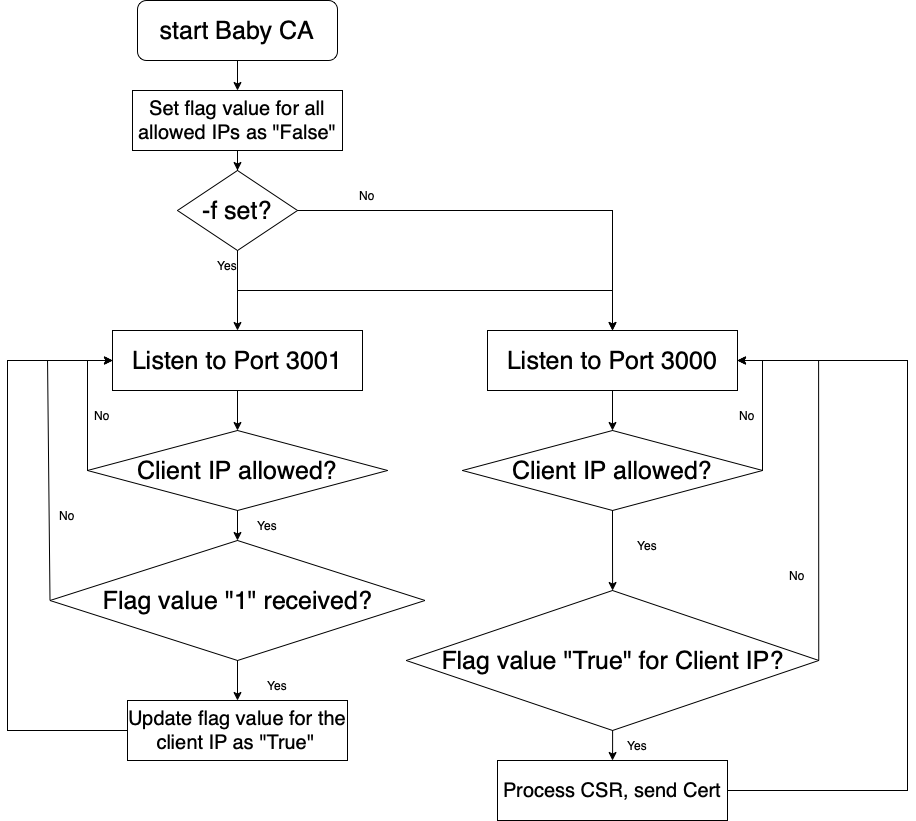
The draw.io diagram pic/ca-flag.png in Crane-Mocker/Baby-CA, before a commit. Source tidied: cells renumbered, new cells last; positions are measured from the earlier drawing's top-left corner, leaving out a move shared by most shapes. Source of this version:
```xml
<mxGraphModel>
  <root>
    <mxCell id="0" />
    <mxCell id="1" parent="0" />
    <mxCell id="2" style="edgeStyle=orthogonalEdgeStyle;rounded=0;jettySize=auto;html=1;" parent="1" edge="1" source="3" target="20">
      <mxGeometry relative="1" as="geometry" />
    </mxCell>
    <mxCell id="3" value="&lt;font style=&quot;font-size: 25px;&quot;&gt;start Baby CA&lt;/font&gt;" style="rounded=1;whiteSpace=wrap;html=1;" parent="1" vertex="1">
      <mxGeometry x="130" width="200" height="60" as="geometry" />
    </mxCell>
    <mxCell id="4" value="&lt;font style=&quot;font-size: 25px;&quot;&gt;-f set?&lt;/font&gt;" style="rhombus;whiteSpace=wrap;html=1;" parent="1" vertex="1">
      <mxGeometry x="170" y="170" width="120" height="80" as="geometry" />
    </mxCell>
    <mxCell id="5" style="edgeStyle=orthogonalEdgeStyle;rounded=0;jettySize=auto;html=1;" parent="1" edge="1" source="6" target="10">
      <mxGeometry relative="1" as="geometry" />
    </mxCell>
    <mxCell id="6" value="&lt;font style=&quot;font-size: 25px;&quot;&gt;Listen to Port 3001&lt;/font&gt;" style="rounded=0;whiteSpace=wrap;html=1;" parent="1" vertex="1">
      <mxGeometry x="105" y="330" width="250" height="60" as="geometry" />
    </mxCell>
    <mxCell id="7" style="endArrow=classic;html=1;rounded=0;exitX=0.5;exitY=1;exitDx=0;exitDy=0;entryX=0.5;entryY=0;entryDx=0;entryDy=0;" parent="1" edge="1" source="4" target="6">
      <mxGeometry relative="1" as="geometry" />
    </mxCell>
    <mxCell id="8" value="Yes" style="text;html=1;strokeColor=none;fillColor=none;align=center;verticalAlign=middle;whiteSpace=wrap;rounded=0;" parent="1" vertex="1">
      <mxGeometry x="190" y="250" width="60" height="30" as="geometry" />
    </mxCell>
    <mxCell id="9" style="edgeStyle=orthogonalEdgeStyle;rounded=0;jettySize=auto;html=1;" parent="1" edge="1" source="10" target="14">
      <mxGeometry relative="1" as="geometry" />
    </mxCell>
    <mxCell id="10" value="&lt;font style=&quot;font-size: 25px;&quot;&gt;Client IP allowed?&lt;/font&gt;" style="rhombus;whiteSpace=wrap;html=1;" parent="1" vertex="1">
      <mxGeometry x="80" y="430" width="300" height="80" as="geometry" />
    </mxCell>
    <mxCell id="11" style="endArrow=classic;html=1;rounded=0;exitX=0;exitY=0.5;exitDx=0;exitDy=0;entryX=0;entryY=0.5;entryDx=0;entryDy=0;" parent="1" edge="1" source="10" target="6">
      <mxGeometry relative="1" as="geometry">
        <Array as="points">
          <mxPoint x="80" y="360" />
        </Array>
      </mxGeometry>
    </mxCell>
    <mxCell id="12" value="No" style="text;html=1;strokeColor=none;fillColor=none;align=center;verticalAlign=middle;whiteSpace=wrap;rounded=0;" parent="1" vertex="1">
      <mxGeometry x="65" y="400" width="60" height="30" as="geometry" />
    </mxCell>
    <mxCell id="13" style="edgeStyle=orthogonalEdgeStyle;rounded=0;jettySize=auto;html=1;" parent="1" edge="1" source="14" target="18">
      <mxGeometry relative="1" as="geometry" />
    </mxCell>
    <mxCell id="14" value="&lt;font style=&quot;font-size: 25px;&quot;&gt;Flag value &quot;1&quot; received?&lt;/font&gt;" style="rhombus;whiteSpace=wrap;html=1;" parent="1" vertex="1">
      <mxGeometry x="42.5" y="540" width="375" height="120" as="geometry" />
    </mxCell>
    <mxCell id="15" value="Yes" style="text;html=1;strokeColor=none;fillColor=none;align=center;verticalAlign=middle;whiteSpace=wrap;rounded=0;" parent="1" vertex="1">
      <mxGeometry x="230" y="510" width="60" height="30" as="geometry" />
    </mxCell>
    <mxCell id="16" style="endArrow=classic;html=1;rounded=0;exitX=0;exitY=0.5;exitDx=0;exitDy=0;entryX=0;entryY=0.5;entryDx=0;entryDy=0;" parent="1" edge="1" source="14" target="6">
      <mxGeometry relative="1" as="geometry">
        <Array as="points">
          <mxPoint x="40" y="360" />
        </Array>
      </mxGeometry>
    </mxCell>
    <mxCell id="17" value="No" style="text;html=1;strokeColor=none;fillColor=none;align=center;verticalAlign=middle;whiteSpace=wrap;rounded=0;" parent="1" vertex="1">
      <mxGeometry x="30" y="500" width="60" height="30" as="geometry" />
    </mxCell>
    <mxCell id="18" value="&lt;font style=&quot;font-size: 20px;&quot;&gt;Update flag value for the client IP as &quot;True&quot;&lt;/font&gt;&amp;nbsp;" style="rounded=0;whiteSpace=wrap;html=1;" parent="1" vertex="1">
      <mxGeometry x="120" y="700" width="220" height="60" as="geometry" />
    </mxCell>
    <mxCell id="19" style="edgeStyle=orthogonalEdgeStyle;rounded=0;jettySize=auto;html=1;" parent="1" edge="1" source="20" target="4">
      <mxGeometry relative="1" as="geometry" />
    </mxCell>
    <mxCell id="20" value="&lt;font style=&quot;font-size: 20px;&quot;&gt;Set flag value for all allowed IPs as &quot;False&quot;&lt;/font&gt;" style="rounded=0;whiteSpace=wrap;html=1;" parent="1" vertex="1">
      <mxGeometry x="125" y="90" width="210" height="60" as="geometry" />
    </mxCell>
    <mxCell id="21" value="Yes" style="text;html=1;strokeColor=none;fillColor=none;align=center;verticalAlign=middle;whiteSpace=wrap;rounded=0;" parent="1" vertex="1">
      <mxGeometry x="240" y="670" width="60" height="30" as="geometry" />
    </mxCell>
    <mxCell id="22" style="endArrow=classic;html=1;rounded=0;exitX=0;exitY=0.5;exitDx=0;exitDy=0;entryX=0;entryY=0.5;entryDx=0;entryDy=0;" parent="1" edge="1" source="18" target="6">
      <mxGeometry relative="1" as="geometry">
        <Array as="points">
          <mxPoint y="730" />
          <mxPoint y="360" />
        </Array>
      </mxGeometry>
    </mxCell>
    <mxCell id="23" style="edgeStyle=orthogonalEdgeStyle;rounded=0;jettySize=auto;html=1;" parent="1" edge="1" source="24" target="29">
      <mxGeometry relative="1" as="geometry" />
    </mxCell>
    <mxCell id="24" value="&lt;font style=&quot;font-size: 25px;&quot;&gt;Listen to Port 3000&lt;/font&gt;" style="rounded=0;whiteSpace=wrap;html=1;" parent="1" vertex="1">
      <mxGeometry x="480" y="330" width="250" height="60" as="geometry" />
    </mxCell>
    <mxCell id="25" style="endArrow=classic;html=1;rounded=0;entryX=0.5;entryY=0;entryDx=0;entryDy=0;" parent="1" edge="1" target="24">
      <mxGeometry relative="1" as="geometry">
        <mxPoint x="230" y="290" as="sourcePoint" />
        <Array as="points">
          <mxPoint x="605" y="290" />
        </Array>
      </mxGeometry>
    </mxCell>
    <mxCell id="26" style="endArrow=classic;html=1;rounded=0;exitX=1;exitY=0.5;exitDx=0;exitDy=0;entryX=0.5;entryY=0;entryDx=0;entryDy=0;" parent="1" edge="1" source="4" target="24">
      <mxGeometry relative="1" as="geometry">
        <Array as="points">
          <mxPoint x="605" y="210" />
        </Array>
      </mxGeometry>
    </mxCell>
    <mxCell id="27" value="No" style="text;html=1;strokeColor=none;fillColor=none;align=center;verticalAlign=middle;whiteSpace=wrap;rounded=0;" parent="1" vertex="1">
      <mxGeometry x="330" y="180" width="60" height="30" as="geometry" />
    </mxCell>
    <mxCell id="28" style="edgeStyle=orthogonalEdgeStyle;rounded=0;jettySize=auto;html=1;" parent="1" edge="1" source="29" target="31">
      <mxGeometry relative="1" as="geometry" />
    </mxCell>
    <mxCell id="29" value="&lt;font style=&quot;font-size: 25px;&quot;&gt;Client IP allowed?&lt;/font&gt;" style="rhombus;whiteSpace=wrap;html=1;" parent="1" vertex="1">
      <mxGeometry x="455" y="430" width="300" height="80" as="geometry" />
    </mxCell>
    <mxCell id="30" style="edgeStyle=orthogonalEdgeStyle;rounded=0;jettySize=auto;html=1;" parent="1" edge="1" source="31" target="35">
      <mxGeometry relative="1" as="geometry" />
    </mxCell>
    <mxCell id="31" value="&lt;font style=&quot;font-size: 25px;&quot;&gt;Flag value &quot;True&quot; for Client IP?&lt;/font&gt;" style="rhombus;whiteSpace=wrap;html=1;" parent="1" vertex="1">
      <mxGeometry x="398.8" y="590" width="412.5" height="140" as="geometry" />
    </mxCell>
    <mxCell id="32" value="Yes" style="text;html=1;strokeColor=none;fillColor=none;align=center;verticalAlign=middle;whiteSpace=wrap;rounded=0;" parent="1" vertex="1">
      <mxGeometry x="610" y="530" width="60" height="30" as="geometry" />
    </mxCell>
    <mxCell id="33" style="endArrow=classic;html=1;rounded=0;exitX=1;exitY=0.5;exitDx=0;exitDy=0;entryX=1;entryY=0.5;entryDx=0;entryDy=0;" parent="1" edge="1" source="29" target="24">
      <mxGeometry relative="1" as="geometry">
        <Array as="points">
          <mxPoint x="755" y="360" />
        </Array>
      </mxGeometry>
    </mxCell>
    <mxCell id="34" value="No" style="text;html=1;strokeColor=none;fillColor=none;align=center;verticalAlign=middle;whiteSpace=wrap;rounded=0;" parent="1" vertex="1">
      <mxGeometry x="710" y="400" width="60" height="30" as="geometry" />
    </mxCell>
    <mxCell id="35" value="&lt;font style=&quot;font-size: 20px;&quot;&gt;Process CSR, send Cert&lt;/font&gt;" style="rounded=0;whiteSpace=wrap;html=1;" parent="1" vertex="1">
      <mxGeometry x="490" y="760" width="230" height="60" as="geometry" />
    </mxCell>
    <mxCell id="36" value="Yes" style="text;html=1;strokeColor=none;fillColor=none;align=center;verticalAlign=middle;whiteSpace=wrap;rounded=0;" parent="1" vertex="1">
      <mxGeometry x="600" y="730" width="60" height="30" as="geometry" />
    </mxCell>
    <mxCell id="37" style="endArrow=classic;html=1;rounded=0;exitX=1;exitY=0.5;exitDx=0;exitDy=0;entryX=1;entryY=0.5;entryDx=0;entryDy=0;" parent="1" edge="1" source="35" target="24">
      <mxGeometry relative="1" as="geometry">
        <Array as="points">
          <mxPoint x="900" y="790" />
          <mxPoint x="900" y="360" />
        </Array>
      </mxGeometry>
    </mxCell>
    <mxCell id="38" style="endArrow=classic;html=1;rounded=0;exitX=1;exitY=0.5;exitDx=0;exitDy=0;entryX=1;entryY=0.5;entryDx=0;entryDy=0;" parent="1" edge="1" source="31" target="24">
      <mxGeometry relative="1" as="geometry">
        <Array as="points">
          <mxPoint x="811" y="360" />
        </Array>
      </mxGeometry>
    </mxCell>
    <mxCell id="39" value="No" style="text;html=1;strokeColor=none;fillColor=none;align=center;verticalAlign=middle;whiteSpace=wrap;rounded=0;" parent="1" vertex="1">
      <mxGeometry x="760" y="560" width="60" height="30" as="geometry" />
    </mxCell>
  </root>
</mxGraphModel>
```
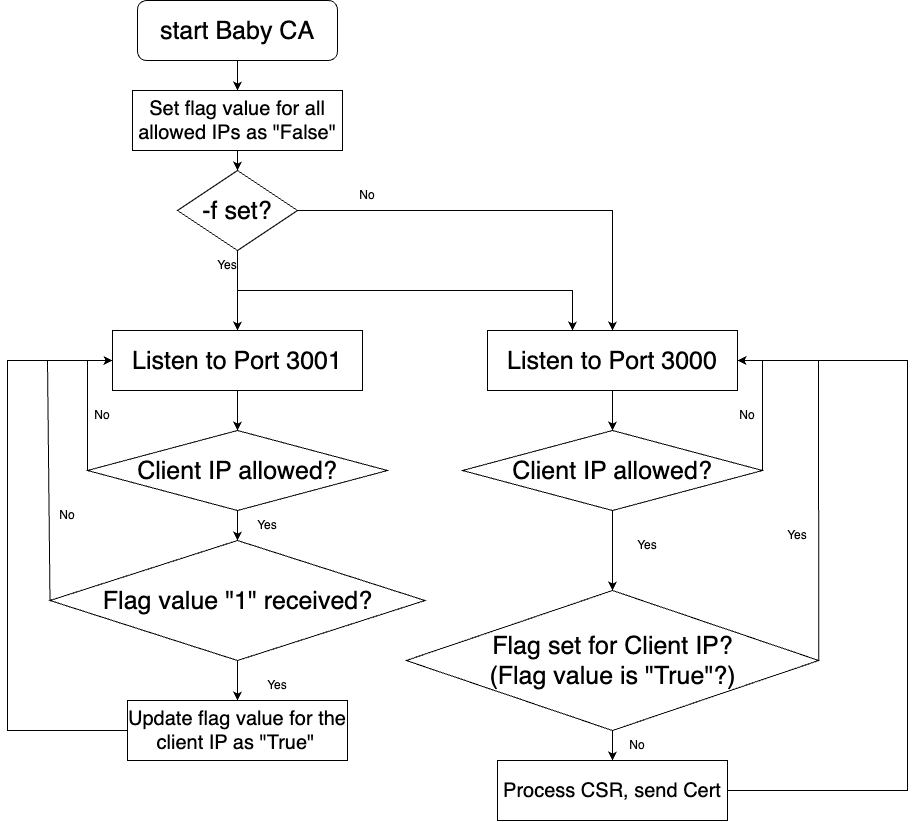
The same diagram one commit later.

Change to the diagram source:
```diff
@@ -84,11 +84,12 @@
     <mxCell id="24" value="&lt;font style=&quot;font-size: 25px;&quot;&gt;Listen to Port 3000&lt;/font&gt;" style="rounded=0;whiteSpace=wrap;html=1;" parent="1" vertex="1">
       <mxGeometry x="480" y="330" width="250" height="60" as="geometry" />
     </mxCell>
-    <mxCell id="25" style="endArrow=classic;html=1;rounded=0;entryX=0.5;entryY=0;entryDx=0;entryDy=0;" parent="1" edge="1" target="24">
+    <mxCell id="25" style="endArrow=classic;html=1;rounded=0;entryX=0.5;entryY=0;entryDx=0;entryDy=0;" parent="1" edge="1">
       <mxGeometry relative="1" as="geometry">
         <mxPoint x="230" y="290" as="sourcePoint" />
+        <mxPoint x="565" y="330" as="targetPoint" />
         <Array as="points">
-          <mxPoint x="605" y="290" />
+          <mxPoint x="565" y="290" />
         </Array>
       </mxGeometry>
     </mxCell>
@@ -111,7 +112,7 @@
     <mxCell id="30" style="edgeStyle=orthogonalEdgeStyle;rounded=0;jettySize=auto;html=1;" parent="1" edge="1" source="31" target="35">
       <mxGeometry relative="1" as="geometry" />
     </mxCell>
-    <mxCell id="31" value="&lt;font style=&quot;font-size: 25px;&quot;&gt;Flag value &quot;True&quot; for Client IP?&lt;/font&gt;" style="rhombus;whiteSpace=wrap;html=1;" parent="1" vertex="1">
+    <mxCell id="31" value="&lt;font style=&quot;font-size: 25px;&quot;&gt;Flag set for Client IP?&lt;/font&gt;&lt;div&gt;&lt;font style=&quot;font-size: 25px;&quot;&gt;(Flag value is &quot;True&quot;?)&lt;/font&gt;&lt;/div&gt;" style="rhombus;whiteSpace=wrap;html=1;" parent="1" vertex="1">
       <mxGeometry x="398.8" y="590" width="412.5" height="140" as="geometry" />
     </mxCell>
     <mxCell id="32" value="Yes" style="text;html=1;strokeColor=none;fillColor=none;align=center;verticalAlign=middle;whiteSpace=wrap;rounded=0;" parent="1" vertex="1">
@@ -131,7 +132,7 @@
       <mxGeometry x="490" y="760" width="230" height="60" as="geometry" />
     </mxCell>
     <mxCell id="36" value="Yes" style="text;html=1;strokeColor=none;fillColor=none;align=center;verticalAlign=middle;whiteSpace=wrap;rounded=0;" parent="1" vertex="1">
-      <mxGeometry x="600" y="730" width="60" height="30" as="geometry" />
+      <mxGeometry x="760" y="520" width="60" height="30" as="geometry" />
     </mxCell>
     <mxCell id="37" style="endArrow=classic;html=1;rounded=0;exitX=1;exitY=0.5;exitDx=0;exitDy=0;entryX=1;entryY=0.5;entryDx=0;entryDy=0;" parent="1" edge="1" source="35" target="24">
       <mxGeometry relative="1" as="geometry">
@@ -149,7 +150,7 @@
       </mxGeometry>
     </mxCell>
     <mxCell id="39" value="No" style="text;html=1;strokeColor=none;fillColor=none;align=center;verticalAlign=middle;whiteSpace=wrap;rounded=0;" parent="1" vertex="1">
-      <mxGeometry x="760" y="560" width="60" height="30" as="geometry" />
+      <mxGeometry x="600" y="730" width="60" height="30" as="geometry" />
     </mxCell>
   </root>
 </mxGraphModel>
```
